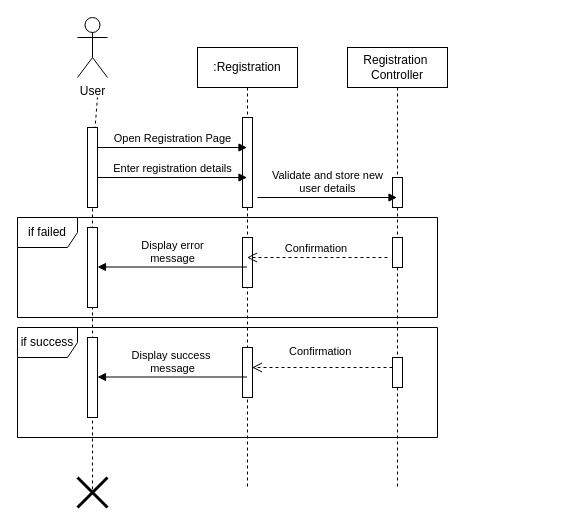
shamim36/Final-Defence-Diagram keeps this draw.io diagram as page "Registration" (1 of 15) of Sequence Diagram.drawio. Above is the earlier version. Source tidied: cells renumbered, new cells numbered last; positions are measured from the earlier drawing's top-left corner, leaving out a move shared by most shapes. Both pictures are drawn from the tidied source at 100%, with x=0, y=0 at pixel (17, 17).
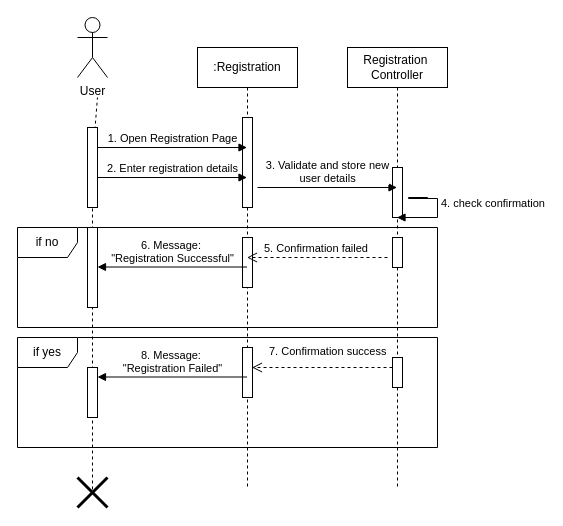
The same diagram, later.

The change refers to these unchanged cells:
```xml
<mxCell id="2" value=":Registration" style="shape=umlLifeline;perimeter=lifelinePerimeter;whiteSpace=wrap;html=1;outlineConnect=0;portConstraint=eastwest;newEdgeStyle={&quot;edgeStyle&quot;:&quot;elbowEdgeStyle&quot;,&quot;elbow&quot;:&quot;vertical&quot;,&quot;curved&quot;:0,&quot;rounded&quot;:0};" parent="1" vertex="1">
  <mxGeometry x="180" y="30" width="100" height="440" as="geometry" />
</mxCell>
<mxCell id="5" value="Registration&amp;nbsp;&lt;div&gt;Controller&lt;/div&gt;" style="shape=umlLifeline;perimeter=lifelinePerimeter;whiteSpace=wrap;html=1;outlineConnect=0;portConstraint=eastwest;newEdgeStyle={&quot;edgeStyle&quot;:&quot;elbowEdgeStyle&quot;,&quot;elbow&quot;:&quot;vertical&quot;,&quot;curved&quot;:0,&quot;rounded&quot;:0};" parent="1" vertex="1">
  <mxGeometry x="330" y="30" width="100" height="440" as="geometry" />
</mxCell>
```

Change to the diagram source:
```diff
@@
-    <mxCell id="6" style="html=1;perimeter=orthogonalPerimeter;targetShapes=umlLifeline;newEdgeStyle={&quot;edgeStyle&quot;:&quot;elbowEdgeStyle&quot;,&quot;elbow&quot;:&quot;vertical&quot;,&quot;curved&quot;:0,&quot;rounded&quot;:0};" parent="5" vertex="1">
-      <mxGeometry x="45" y="130" width="10" height="30" as="geometry" />
-    </mxCell>
@@
+    <mxCell id="6" style="html=1;perimeter=orthogonalPerimeter;targetShapes=umlLifeline;newEdgeStyle={&quot;edgeStyle&quot;:&quot;elbowEdgeStyle&quot;,&quot;elbow&quot;:&quot;vertical&quot;,&quot;curved&quot;:0,&quot;rounded&quot;:0};" parent="5" vertex="1">
+      <mxGeometry x="45" y="120" width="10" height="50" as="geometry" />
+    </mxCell>
+    <mxCell id="13" value="3. Validate and store new&lt;div&gt;user details&lt;/div&gt;" style="html=1;verticalAlign=bottom;endArrow=block;curved=0;rounded=0;" parent="5" edge="1">
+      <mxGeometry relative="1" as="geometry">
+        <mxPoint x="-90" y="140" as="sourcePoint" />
+        <mxPoint x="49.5" y="140" as="targetPoint" />
+      </mxGeometry>
+    </mxCell>
@@
-    <mxCell id="11" value="Open Registration Page" style="html=1;verticalAlign=bottom;endArrow=block;curved=0;rounded=0;" parent="1" edge="1" target="2">
+    <mxCell id="11" value="1. Open Registration Page" style="html=1;verticalAlign=bottom;endArrow=block;curved=0;rounded=0;" parent="1" edge="1" target="2">
       <mxGeometry relative="1" as="geometry">
         <mxPoint x="80" y="130" as="sourcePoint" />
       </mxGeometry>
     </mxCell>
-    <mxCell id="12" value="Enter registration details" style="html=1;verticalAlign=bottom;endArrow=block;curved=0;rounded=0;" parent="1" edge="1" target="2">
+    <mxCell id="12" value="2. Enter registration details" style="html=1;verticalAlign=bottom;endArrow=block;curved=0;rounded=0;" parent="1" edge="1" target="2">
       <mxGeometry relative="1" as="geometry">
         <mxPoint x="80" y="160" as="sourcePoint" />
       </mxGeometry>
     </mxCell>
-    <mxCell id="13" value="Validate and store new&lt;div&gt;user details&lt;/div&gt;" style="html=1;verticalAlign=bottom;endArrow=block;curved=0;rounded=0;" parent="1" edge="1" target="5">
-      <mxGeometry relative="1" as="geometry">
-        <mxPoint x="240" y="180" as="sourcePoint" />
-      </mxGeometry>
-    </mxCell>
-    <mxCell id="14" value="Confirmation&amp;nbsp;" style="html=1;verticalAlign=bottom;endArrow=open;dashed=1;endSize=8;curved=0;rounded=0;" parent="1" edge="1">
+    <mxCell id="14" value="5. Confirmation failed&amp;nbsp;" style="html=1;verticalAlign=bottom;endArrow=open;dashed=1;endSize=8;curved=0;rounded=0;" parent="1" edge="1">
       <mxGeometry relative="1" as="geometry">
         <mxPoint x="370" y="240" as="sourcePoint" />
         <mxPoint x="229.5" y="240" as="targetPoint" />
       </mxGeometry>
     </mxCell>
-    <mxCell id="15" value="Display error&lt;div&gt;message&lt;/div&gt;" style="html=1;verticalAlign=bottom;endArrow=block;curved=0;rounded=0;" parent="1" edge="1">
+    <mxCell id="15" value="6. Message:&amp;nbsp;&lt;div&gt;&quot;Registration Successful&quot;&lt;/div&gt;" style="html=1;verticalAlign=bottom;endArrow=block;curved=0;rounded=0;" parent="1" edge="1">
       <mxGeometry relative="1" as="geometry">
         <mxPoint x="229.5" y="249.5" as="sourcePoint" />
         <mxPoint x="80" y="249.5" as="targetPoint" />
       </mxGeometry>
     </mxCell>
@@
-    <mxCell id="21" value="if failed" style="shape=umlFrame;whiteSpace=wrap;html=1;" parent="1" vertex="1">
-      <mxGeometry y="200" width="420" height="100" as="geometry" />
+    <mxCell id="21" value="if no" style="shape=umlFrame;whiteSpace=wrap;html=1;" parent="1" vertex="1">
+      <mxGeometry y="210" width="420" height="100" as="geometry" />
     </mxCell>
@@
-    <mxCell id="23" value="Display success&amp;nbsp;&lt;div&gt;&lt;span style=&quot;background-color: light-dark(#ffffff, var(--ge-dark-color, #121212)); color: light-dark(rgb(0, 0, 0), rgb(255, 255, 255));&quot;&gt;message&lt;/span&gt;&lt;/div&gt;" style="html=1;verticalAlign=bottom;endArrow=block;curved=0;rounded=0;" parent="1" edge="1">
+    <mxCell id="23" value="8. Message:&amp;nbsp;&lt;div&gt;&quot;Registration Failed&quot;&lt;/div&gt;" style="html=1;verticalAlign=bottom;endArrow=block;curved=0;rounded=0;" parent="1" edge="1">
       <mxGeometry relative="1" as="geometry">
         <mxPoint x="229.5" y="359.5" as="sourcePoint" />
         <mxPoint x="80" y="359.5" as="targetPoint" />
       </mxGeometry>
     </mxCell>
     <mxCell id="24" style="html=1;perimeter=orthogonalPerimeter;targetShapes=umlLifeline;newEdgeStyle={&quot;curved&quot;:0,&quot;rounded&quot;:0};" parent="1" vertex="1">
-      <mxGeometry x="70" y="320" width="10" height="80" as="geometry" />
+      <mxGeometry x="70" y="350" width="10" height="50" as="geometry" />
     </mxCell>
@@
-    <mxCell id="26" value="if success" style="shape=umlFrame;whiteSpace=wrap;html=1;" parent="1" vertex="1">
-      <mxGeometry y="310" width="420" height="110" as="geometry" />
+    <mxCell id="26" value="if yes" style="shape=umlFrame;whiteSpace=wrap;html=1;" parent="1" vertex="1">
+      <mxGeometry y="320" width="420" height="110" as="geometry" />
     </mxCell>
-    <mxCell id="27" value="&lt;span style=&quot;color: rgb(0, 0, 0); font-family: Helvetica; font-size: 11px; font-style: normal; font-variant-ligatures: normal; font-variant-caps: normal; font-weight: 400; letter-spacing: normal; orphans: 2; text-align: center; text-indent: 0px; text-transform: none; widows: 2; word-spacing: 0px; -webkit-text-stroke-width: 0px; white-space: nowrap; background-color: rgb(255, 255, 255); text-decoration-thickness: initial; text-decoration-style: initial; text-decoration-color: initial; display: inline !important; float: none;&quot;&gt;Confirmation&amp;nbsp;&lt;/span&gt;" style="text;whiteSpace=wrap;html=1;" parent="1" vertex="1">
-      <mxGeometry x="270" y="320" width="70" height="20" as="geometry" />
+    <mxCell id="27" value="&lt;span style=&quot;color: rgb(0, 0, 0); font-family: Helvetica; font-size: 11px; font-style: normal; font-variant-ligatures: normal; font-variant-caps: normal; font-weight: 400; letter-spacing: normal; orphans: 2; text-align: center; text-indent: 0px; text-transform: none; widows: 2; word-spacing: 0px; -webkit-text-stroke-width: 0px; white-space: nowrap; background-color: rgb(255, 255, 255); text-decoration-thickness: initial; text-decoration-style: initial; text-decoration-color: initial; float: none; display: inline !important;&quot;&gt;7. Confirmation success&lt;/span&gt;" style="text;whiteSpace=wrap;html=1;" parent="1" vertex="1">
+      <mxGeometry x="250" y="320" width="70" height="20" as="geometry" />
     </mxCell>
+    <mxCell id="28" value="4. check confirmation" style="html=1;align=left;spacingLeft=2;endArrow=block;rounded=0;edgeStyle=orthogonalEdgeStyle;curved=0;rounded=0;" parent="1" edge="1">
+      <mxGeometry relative="1" as="geometry">
+        <mxPoint x="410" y="181" as="sourcePoint" />
+        <mxPoint x="379.5" y="200" as="targetPoint" />
+        <Array as="points">
+          <mxPoint x="410" y="180" />
+          <mxPoint x="391" y="180" />
+          <mxPoint x="391" y="181" />
+          <mxPoint x="420" y="181" />
+          <mxPoint x="420" y="200" />
+        </Array>
+      </mxGeometry>
+    </mxCell>
```
